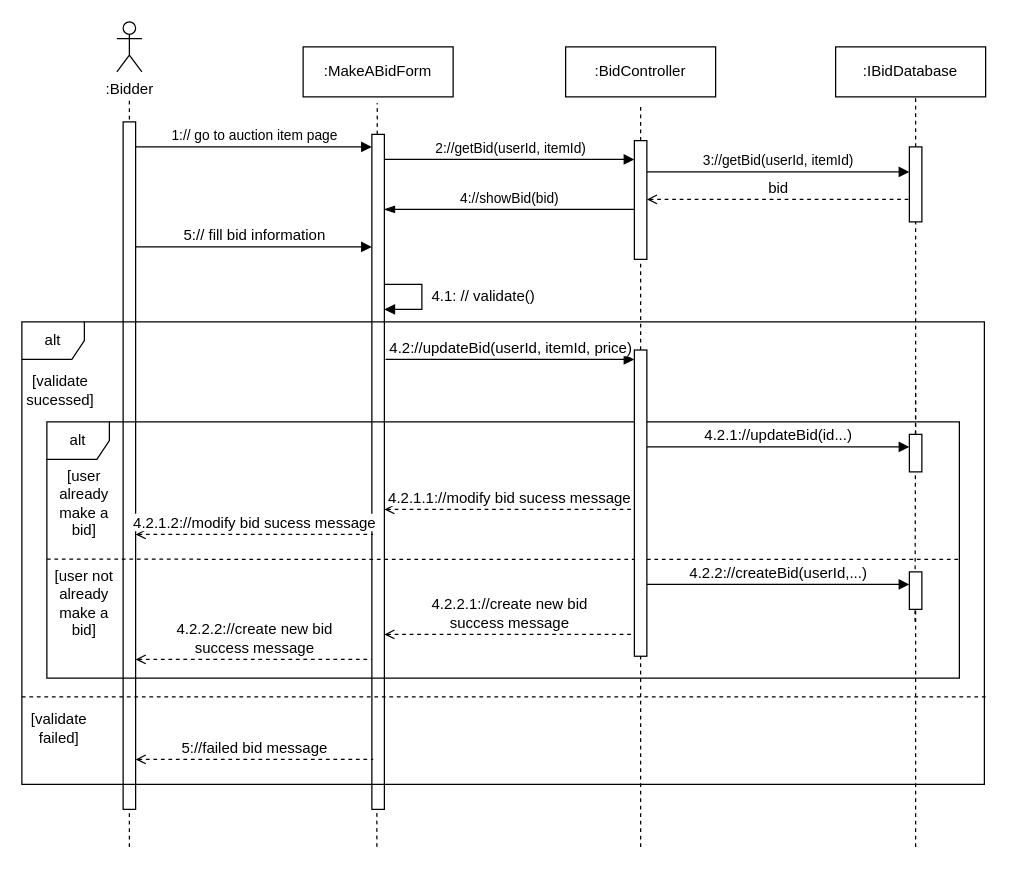
Earlier version of the draw.io diagram page "make a bid sequence des" (12 of 23) of ooad-usecase-model.drawio (dotruong1910/ooad). Source tidied: cells renumbered, new cells numbered last; positions are measured from the earlier drawing's top-left corner, leaving out a move shared by most shapes. Both pictures are drawn from the tidied source at 125%, with x=0, y=0 at pixel (21, 21).
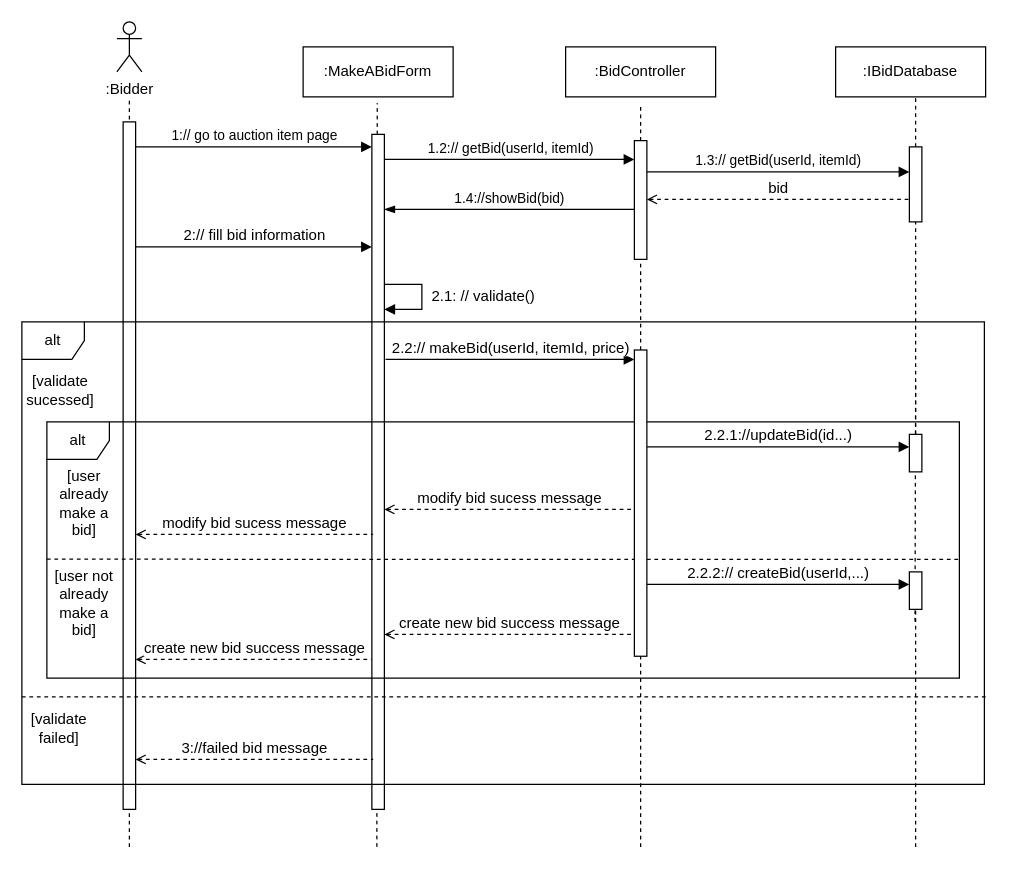
The same page after the edit.

The change refers to these unchanged cells:
```xml
<mxCell id="4" style="html=1;points=[[0,0,0,0,5],[0,1,0,0,-5],[1,0,0,0,5],[1,1,0,0,-5]];perimeter=orthogonalPerimeter;outlineConnect=0;targetShapes=umlLifeline;portConstraint=eastwest;newEdgeStyle={&quot;curved&quot;:0,&quot;rounded&quot;:0};" parent="1" vertex="1">
  <mxGeometry x="81" y="80" width="10" height="550" as="geometry" />
</mxCell>
<mxCell id="7" style="html=1;points=[[0,0,0,0,5],[0,1,0,0,-5],[1,0,0,0,5],[1,1,0,0,-5]];perimeter=orthogonalPerimeter;outlineConnect=0;targetShapes=umlLifeline;portConstraint=eastwest;newEdgeStyle={&quot;curved&quot;:0,&quot;rounded&quot;:0};" parent="1" vertex="1">
  <mxGeometry x="280" y="90" width="10" height="540" as="geometry" />
</mxCell>
<mxCell id="11" value="alt" style="shape=umlFrame;whiteSpace=wrap;html=1;width=50;height=30;" parent="1" vertex="1">
  <mxGeometry y="240" width="770" height="370" as="geometry" />
</mxCell>
<mxCell id="14" value="alt" style="shape=umlFrame;whiteSpace=wrap;html=1;width=50;height=30;" parent="11" vertex="1">
  <mxGeometry x="20" y="80" width="730" height="205" as="geometry" />
</mxCell>
```

Diff of the diagram source:
```diff
@@
-    <mxCell id="8" value="&lt;font style=&quot;font-size: 12px;&quot;&gt;5:// fill bid information&lt;/font&gt;" style="html=1;verticalAlign=bottom;endArrow=block;curved=0;rounded=0;endFill=1;" parent="1" edge="1">
+    <mxCell id="8" value="&lt;font style=&quot;font-size: 12px;&quot;&gt;2:// fill bid information&lt;/font&gt;" style="html=1;verticalAlign=bottom;endArrow=block;curved=0;rounded=0;endFill=1;" parent="1" edge="1">
       <mxGeometry relative="1" as="geometry">
         <mxPoint x="91" y="180" as="sourcePoint" />
         <mxPoint x="280" y="180" as="targetPoint" />
       </mxGeometry>
     </mxCell>
-    <mxCell id="9" value="4.1: // validate()" style="text;html=1;strokeColor=none;fillColor=none;align=center;verticalAlign=middle;whiteSpace=wrap;rounded=0;" parent="1" vertex="1">
+    <mxCell id="9" value="2.1: // validate()" style="text;html=1;strokeColor=none;fillColor=none;align=center;verticalAlign=middle;whiteSpace=wrap;rounded=0;" parent="1" vertex="1">
       <mxGeometry x="321" y="210" width="97" height="20" as="geometry" />
     </mxCell>
@@
-    <mxCell id="13" value="&lt;font style=&quot;font-size: 12px;&quot;&gt;4.2://updateBid(userId, itemId, price)&lt;br&gt;&lt;/font&gt;" style="html=1;verticalAlign=bottom;endArrow=block;curved=0;rounded=0;endFill=1;entryX=0;entryY=0;entryDx=0;entryDy=5;entryPerimeter=0;" parent="11" edge="1">
+    <mxCell id="13" value="&lt;font style=&quot;font-size: 12px;&quot;&gt;2.2:// makeBid(userId, itemId, price)&lt;br&gt;&lt;/font&gt;" style="html=1;verticalAlign=bottom;endArrow=block;curved=0;rounded=0;endFill=1;entryX=0;entryY=0;entryDx=0;entryDy=5;entryPerimeter=0;" parent="11" edge="1">
       <mxGeometry relative="1" as="geometry">
         <mxPoint x="291" y="30" as="sourcePoint" />
         <mxPoint x="490" y="30" as="targetPoint" />
       </mxGeometry>
     </mxCell>
@@
-    <mxCell id="18" value="&lt;font style=&quot;font-size: 12px;&quot;&gt;4.2.2://createBid(userId,...)&lt;br&gt;&lt;/font&gt;" style="html=1;verticalAlign=bottom;endArrow=block;curved=0;rounded=0;endFill=1;" parent="14" edge="1">
+    <mxCell id="18" value="&lt;font style=&quot;font-size: 12px;&quot;&gt;2.2.2:// createBid(userId,...)&lt;br&gt;&lt;/font&gt;" style="html=1;verticalAlign=bottom;endArrow=block;curved=0;rounded=0;endFill=1;" parent="14" edge="1">
       <mxGeometry relative="1" as="geometry">
         <mxPoint x="480" y="130" as="sourcePoint" />
         <mxPoint x="690" y="130" as="targetPoint" />
       </mxGeometry>
     </mxCell>
-    <mxCell id="19" value="&lt;font style=&quot;font-size: 12px;&quot;&gt;4.2.1://updateBid(id...)&lt;br&gt;&lt;/font&gt;" style="html=1;verticalAlign=bottom;endArrow=block;curved=0;rounded=0;endFill=1;" parent="14" edge="1">
+    <mxCell id="19" value="&lt;font style=&quot;font-size: 12px;&quot;&gt;2.2.1://updateBid(id...)&lt;br&gt;&lt;/font&gt;" style="html=1;verticalAlign=bottom;endArrow=block;curved=0;rounded=0;endFill=1;" parent="14" edge="1">
       <mxGeometry relative="1" as="geometry">
         <mxPoint x="480" y="20" as="sourcePoint" />
         <mxPoint x="690" y="20" as="targetPoint" />
       </mxGeometry>
     </mxCell>
-    <mxCell id="20" value="&lt;font style=&quot;font-size: 12px;&quot;&gt;4.2.2.1://create new bid &lt;br&gt;success message&lt;br&gt;&lt;/font&gt;" style="html=1;verticalAlign=bottom;endArrow=none;curved=0;rounded=0;endFill=0;startArrow=open;startFill=0;dashed=1;" parent="14" edge="1" source="7">
+    <mxCell id="20" value="&lt;font style=&quot;font-size: 12px;&quot;&gt;create new bid success message&lt;br&gt;&lt;/font&gt;" style="html=1;verticalAlign=bottom;endArrow=none;curved=0;rounded=0;endFill=0;startArrow=open;startFill=0;dashed=1;" parent="14" edge="1" source="7">
       <mxGeometry relative="1" as="geometry">
         <mxPoint x="469" y="170" as="targetPoint" />
       </mxGeometry>
     </mxCell>
-    <mxCell id="21" value="&lt;font style=&quot;font-size: 12px;&quot;&gt;4.2.2.2://create new bid &lt;br&gt;success message&lt;br&gt;&lt;/font&gt;" style="html=1;verticalAlign=bottom;endArrow=none;curved=0;rounded=0;endFill=0;startArrow=open;startFill=0;dashed=1;" parent="14" edge="1" source="4">
+    <mxCell id="21" value="&lt;font style=&quot;font-size: 12px;&quot;&gt;create new bid success message&lt;br&gt;&lt;/font&gt;" style="html=1;verticalAlign=bottom;endArrow=none;curved=0;rounded=0;endFill=0;startArrow=open;startFill=0;dashed=1;" parent="14" edge="1" source="4">
       <mxGeometry relative="1" as="geometry">
         <mxPoint x="260" y="190" as="targetPoint" />
       </mxGeometry>
     </mxCell>
-    <mxCell id="22" value="&lt;font style=&quot;font-size: 12px;&quot;&gt;4.2.1.1://modify bid sucess message&lt;br&gt;&lt;/font&gt;" style="html=1;verticalAlign=bottom;endArrow=none;curved=0;rounded=0;endFill=0;startArrow=open;startFill=0;dashed=1;" parent="14" edge="1">
+    <mxCell id="22" value="&lt;font style=&quot;font-size: 12px;&quot;&gt;modify bid sucess message&lt;br&gt;&lt;/font&gt;" style="html=1;verticalAlign=bottom;endArrow=none;curved=0;rounded=0;endFill=0;startArrow=open;startFill=0;dashed=1;" parent="14" edge="1">
       <mxGeometry relative="1" as="geometry">
         <mxPoint x="270" y="70" as="sourcePoint" />
         <mxPoint x="470" y="70" as="targetPoint" />
       </mxGeometry>
     </mxCell>
-    <mxCell id="23" value="&lt;font style=&quot;font-size: 12px;&quot;&gt;4.2.1.2://modify bid sucess message&lt;br&gt;&lt;/font&gt;" style="html=1;verticalAlign=bottom;endArrow=none;curved=0;rounded=0;endFill=0;startArrow=open;startFill=0;dashed=1;exitX=1;exitY=1;exitDx=0;exitDy=0;" parent="14" edge="1">
+    <mxCell id="23" value="&lt;font style=&quot;font-size: 12px;&quot;&gt;modify bid sucess message&lt;br&gt;&lt;/font&gt;" style="html=1;verticalAlign=bottom;endArrow=none;curved=0;rounded=0;endFill=0;startArrow=open;startFill=0;dashed=1;exitX=1;exitY=1;exitDx=0;exitDy=0;" parent="14" edge="1">
       <mxGeometry relative="1" as="geometry">
         <mxPoint x="71" y="90" as="sourcePoint" />
         <mxPoint x="261" y="90" as="targetPoint" />
       </mxGeometry>
     </mxCell>
@@
-    <mxCell id="32" value="&lt;font style=&quot;font-size: 12px;&quot;&gt;5://failed bid message&lt;br&gt;&lt;/font&gt;" style="html=1;verticalAlign=bottom;endArrow=none;curved=0;rounded=0;endFill=0;startArrow=open;startFill=0;dashed=1;exitX=1;exitY=1;exitDx=0;exitDy=0;" parent="11" edge="1">
+    <mxCell id="32" value="&lt;font style=&quot;font-size: 12px;&quot;&gt;3://failed bid message&lt;br&gt;&lt;/font&gt;" style="html=1;verticalAlign=bottom;endArrow=none;curved=0;rounded=0;endFill=0;startArrow=open;startFill=0;dashed=1;exitX=1;exitY=1;exitDx=0;exitDy=0;" parent="11" edge="1">
       <mxGeometry relative="1" as="geometry">
         <mxPoint x="91" y="350" as="sourcePoint" />
         <mxPoint x="281" y="350" as="targetPoint" />
       </mxGeometry>
     </mxCell>
@@
-    <mxCell id="38" value="2://getBid(userId, itemId)" style="html=1;verticalAlign=bottom;endArrow=block;curved=0;rounded=0;endFill=1;" parent="1" edge="1">
+    <mxCell id="38" value="1.2:// getBid(userId, itemId)" style="html=1;verticalAlign=bottom;endArrow=block;curved=0;rounded=0;endFill=1;" parent="1" edge="1">
       <mxGeometry relative="1" as="geometry">
         <mxPoint x="290.5" y="110" as="sourcePoint" />
         <mxPoint x="490" y="110" as="targetPoint" />
       </mxGeometry>
     </mxCell>
@@
-    <mxCell id="41" value="3://getBid(userId, itemId)" style="html=1;verticalAlign=bottom;endArrow=block;curved=0;rounded=0;endFill=1;" parent="1" edge="1">
+    <mxCell id="41" value="1.3:// getBid(userId, itemId)" style="html=1;verticalAlign=bottom;endArrow=block;curved=0;rounded=0;endFill=1;" parent="1" edge="1">
       <mxGeometry relative="1" as="geometry">
         <mxPoint x="500" y="120" as="sourcePoint" />
         <mxPoint x="710" y="120" as="targetPoint" />
       </mxGeometry>
     </mxCell>
@@
-    <mxCell id="43" value="4://showBid(bid)" style="html=1;verticalAlign=bottom;endArrow=none;curved=0;rounded=0;endFill=0;startArrow=blockThin;startFill=1;" parent="1" edge="1">
+    <mxCell id="43" value="1.4://showBid(bid)" style="html=1;verticalAlign=bottom;endArrow=none;curved=0;rounded=0;endFill=0;startArrow=blockThin;startFill=1;" parent="1" edge="1">
       <mxGeometry relative="1" as="geometry">
         <mxPoint x="290" y="150" as="sourcePoint" />
         <mxPoint x="490" y="150" as="targetPoint" />
       </mxGeometry>
     </mxCell>
```
